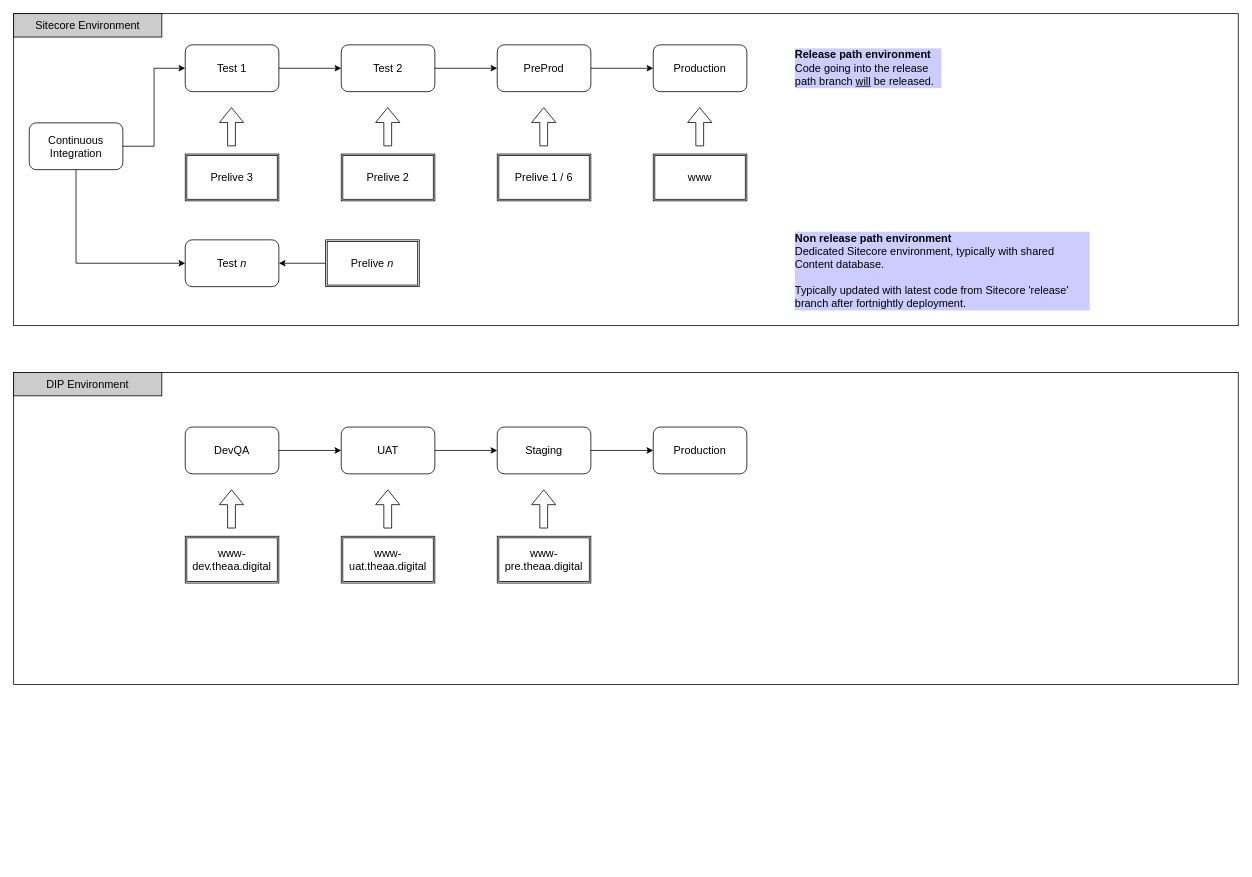
Earlier version of the draw.io diagram Environment.drawio (andrewjamescarr/diagrams). Source tidied: cells renumbered, new cells numbered last; positions are measured from the earlier drawing's top-left corner, leaving out a move shared by most shapes. Both pictures are drawn from the tidied source at 78%, with x=0, y=0 at pixel (13, 13).
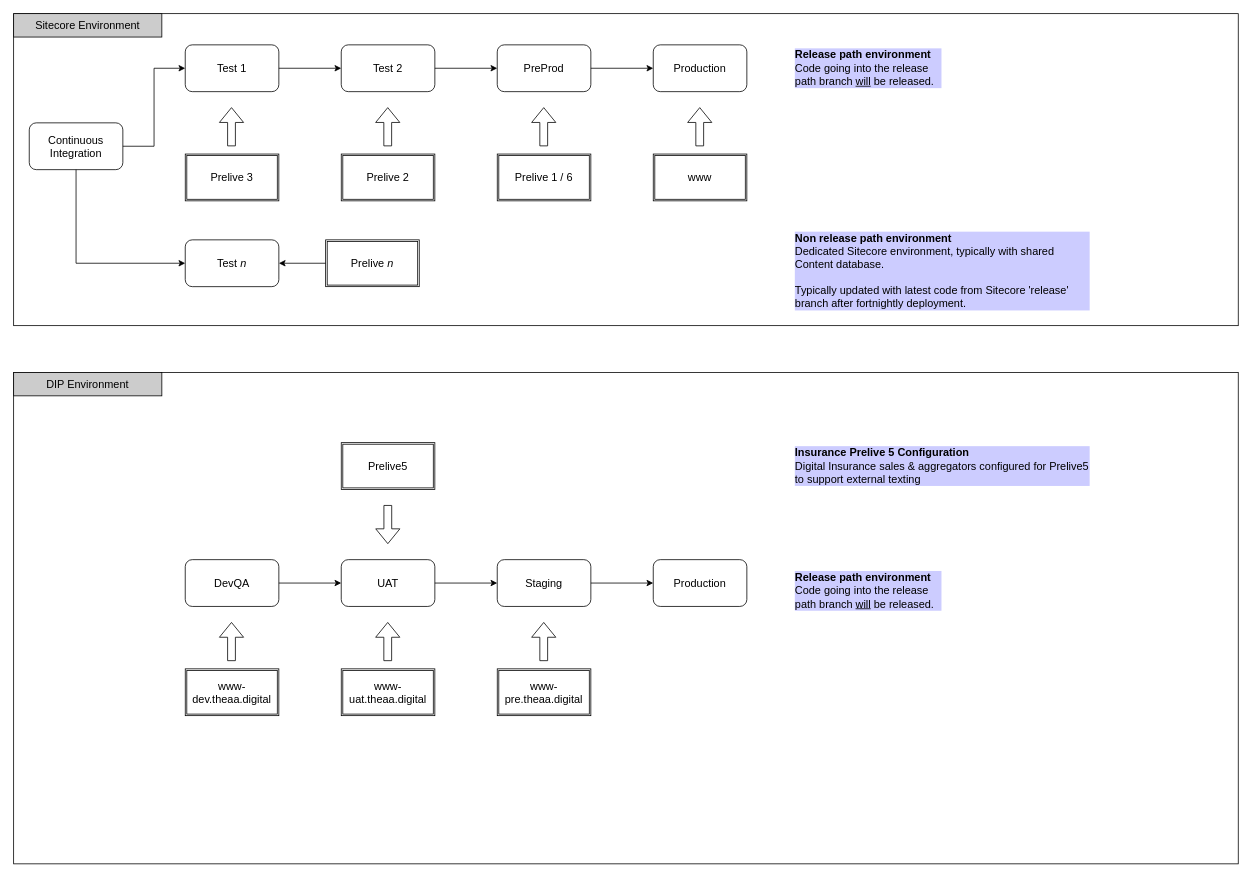
The same page after the edit.

Diff of the diagram source:
```diff
@@
+    <mxCell id="40" style="rounded=0;whiteSpace=wrap;html=1;fontSize=14;fillColor=none;" parent="1" vertex="1">
+      <mxGeometry y="460" width="1570" height="630" as="geometry" />
+    </mxCell>
@@
     <mxCell id="12" value="DevQA" style="rounded=1;whiteSpace=wrap;html=1;fontSize=14;fillColor=none;" parent="1" vertex="1">
-      <mxGeometry x="220" y="530" width="120" height="60" as="geometry" />
+      <mxGeometry x="220" y="700" width="120" height="60" as="geometry" />
     </mxCell>
@@
     <mxCell id="14" value="Staging" style="rounded=1;whiteSpace=wrap;html=1;fontSize=14;fillColor=none;" parent="1" vertex="1">
-      <mxGeometry x="620" y="530" width="120" height="60" as="geometry" />
+      <mxGeometry x="620" y="700" width="120" height="60" as="geometry" />
     </mxCell>
@@
     <mxCell id="16" value="UAT" style="rounded=1;whiteSpace=wrap;html=1;fontSize=14;fillColor=none;" parent="1" vertex="1">
-      <mxGeometry x="420" y="530" width="120" height="60" as="geometry" />
+      <mxGeometry x="420" y="700" width="120" height="60" as="geometry" />
     </mxCell>
     <mxCell id="17" value="Production" style="rounded=1;whiteSpace=wrap;html=1;fontSize=14;fillColor=none;" parent="1" vertex="1">
-      <mxGeometry x="820" y="530" width="120" height="60" as="geometry" />
+      <mxGeometry x="820" y="700" width="120" height="60" as="geometry" />
     </mxCell>
@@
     <mxCell id="26" value="www-dev.theaa.digital" style="shape=ext;double=1;rounded=0;whiteSpace=wrap;html=1;fillColor=none;fontSize=14;" parent="1" vertex="1">
-      <mxGeometry x="220" y="670" width="120" height="60" as="geometry" />
+      <mxGeometry x="220" y="840" width="120" height="60" as="geometry" />
     </mxCell>
     <mxCell id="27" value="www-uat.theaa.digital" style="shape=ext;double=1;rounded=0;whiteSpace=wrap;html=1;fillColor=none;fontSize=14;" parent="1" vertex="1">
-      <mxGeometry x="420" y="670" width="120" height="60" as="geometry" />
+      <mxGeometry x="420" y="840" width="120" height="60" as="geometry" />
     </mxCell>
     <mxCell id="28" value="www-pre.theaa.digital" style="shape=ext;double=1;rounded=0;whiteSpace=wrap;html=1;fillColor=none;fontSize=14;" parent="1" vertex="1">
-      <mxGeometry x="620" y="670" width="120" height="60" as="geometry" />
+      <mxGeometry x="620" y="840" width="120" height="60" as="geometry" />
     </mxCell>
     <mxCell id="29" style="shape=flexArrow;endArrow=classic;html=1;fontSize=14;" parent="1" edge="1">
       <mxGeometry relative="1" as="geometry">
-        <mxPoint x="279.3" y="660" as="sourcePoint" />
-        <mxPoint x="279.3" y="610" as="targetPoint" />
+        <mxPoint x="279.3" y="830" as="sourcePoint" />
+        <mxPoint x="279.3" y="780" as="targetPoint" />
       </mxGeometry>
     </mxCell>
     <mxCell id="30" style="shape=flexArrow;endArrow=classic;html=1;fontSize=14;" parent="1" edge="1">
       <mxGeometry relative="1" as="geometry">
-        <mxPoint x="679.6" y="660" as="sourcePoint" />
-        <mxPoint x="679.6" y="610" as="targetPoint" />
+        <mxPoint x="679.6" y="830" as="sourcePoint" />
+        <mxPoint x="679.6" y="780" as="targetPoint" />
       </mxGeometry>
     </mxCell>
     <mxCell id="31" style="shape=flexArrow;endArrow=classic;html=1;fontSize=14;" parent="1" edge="1">
       <mxGeometry relative="1" as="geometry">
-        <mxPoint x="479.6" y="660" as="sourcePoint" />
-        <mxPoint x="479.6" y="610" as="targetPoint" />
+        <mxPoint x="479.6" y="830" as="sourcePoint" />
+        <mxPoint x="479.6" y="780" as="targetPoint" />
       </mxGeometry>
     </mxCell>
@@
-    <mxCell id="40" style="rounded=0;whiteSpace=wrap;html=1;fillColor=none;fontSize=14;" parent="1" vertex="1">
-      <mxGeometry y="460" width="1570" height="400" as="geometry" />
-    </mxCell>
@@
+    <mxCell id="42" value="Prelive5" style="shape=ext;double=1;rounded=0;whiteSpace=wrap;html=1;fillColor=none;fontSize=14;" parent="1" vertex="1">
+      <mxGeometry x="420" y="550" width="120" height="60" as="geometry" />
+    </mxCell>
+    <mxCell id="43" style="shape=flexArrow;endArrow=classic;html=1;fontSize=14;" parent="1" edge="1">
+      <mxGeometry relative="1" as="geometry">
+        <mxPoint x="479.7" y="630" as="sourcePoint" />
+        <mxPoint x="479.7" y="680" as="targetPoint" />
+      </mxGeometry>
+    </mxCell>
+    <mxCell id="44" value="&lt;b&gt;Insurance Prelive 5 Configuration&lt;/b&gt;&lt;br&gt;Digital Insurance sales &amp;amp; aggregators configured for Prelive5 to support external texting" style="text;html=1;strokeColor=none;fillColor=none;align=left;verticalAlign=middle;whiteSpace=wrap;rounded=0;fontSize=14;labelBackgroundColor=#CCCCFF;" parent="1" vertex="1">
+      <mxGeometry x="1000" y="550" width="380" height="60" as="geometry" />
+    </mxCell>
+    <mxCell id="45" value="&lt;b&gt;Release path environment&lt;/b&gt;&lt;br&gt;Code going into the release path branch &lt;u&gt;will&lt;/u&gt;&amp;nbsp;be released." style="text;html=1;strokeColor=none;fillColor=none;align=left;verticalAlign=middle;whiteSpace=wrap;rounded=0;fontSize=14;labelBackgroundColor=#CCCCFF;" parent="1" vertex="1">
+      <mxGeometry x="1000" y="710" width="190" height="60" as="geometry" />
+    </mxCell>
```
